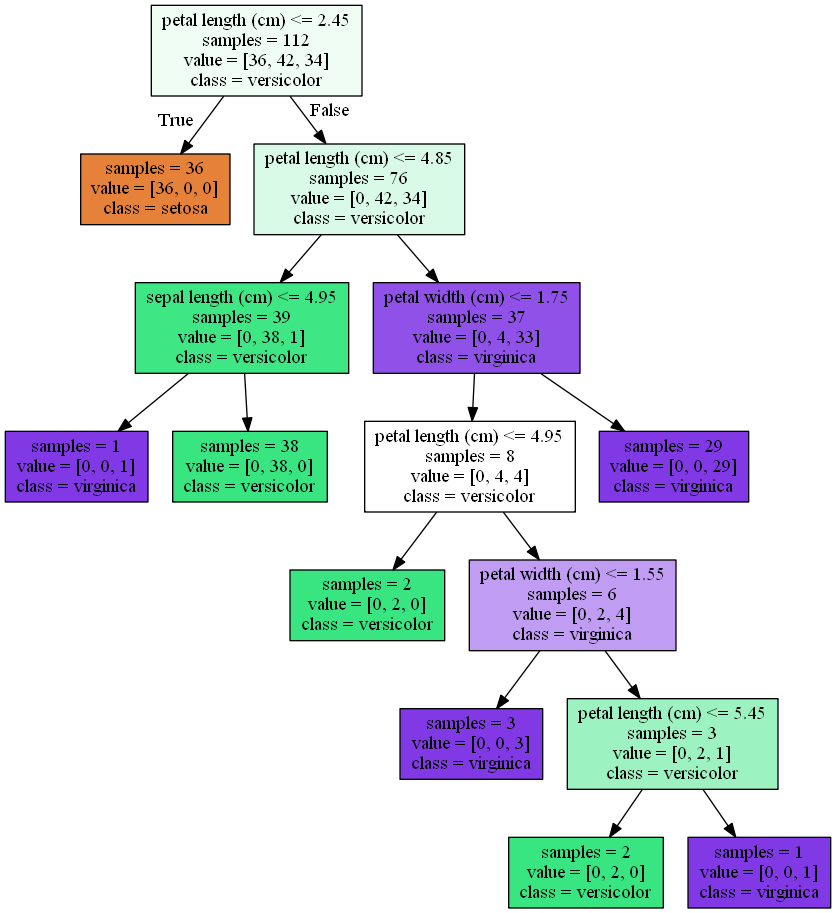
Earlier version of the Graphviz export arbol.png (cristiandazamafioli/clasificacion-arbol-de-decision). Its source is kept beside it as arbol.dot.
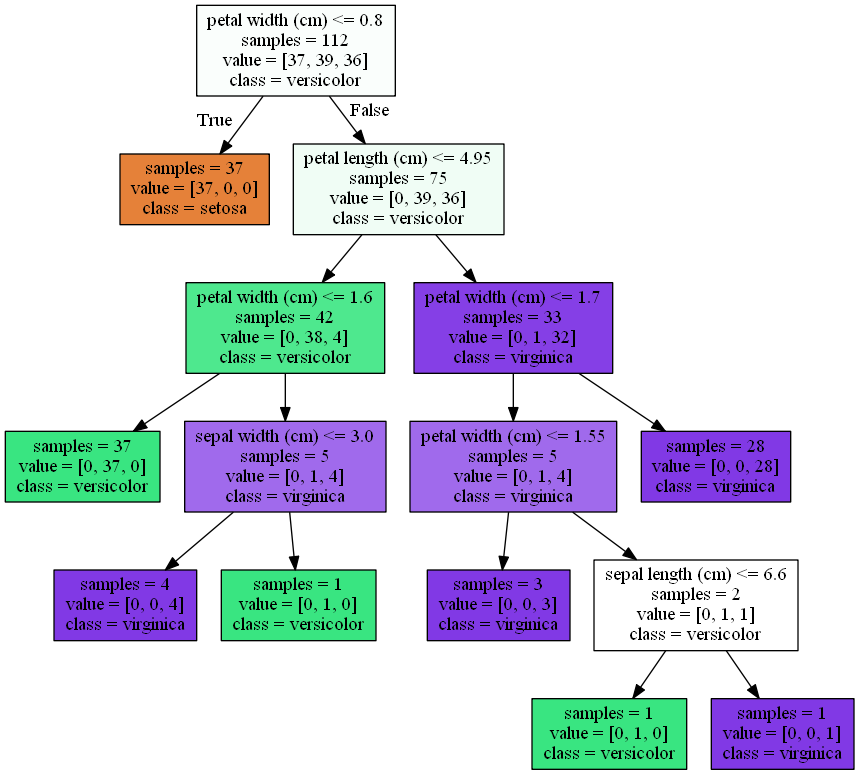
After the commit.

What changed in the source:
```diff
@@ -1,32 +1,32 @@
 digraph Tree {
 node [shape=box, style="filled", color="black"] ;
-0 [label="petal length (cm) <= 2.45\nsamples = 112\nvalue = [36, 42, 34]\nclass = versicolor", fillcolor="#39e58114"] ;
-1 [label="samples = 36\nvalue = [36, 0, 0]\nclass = setosa", fillcolor="#e58139ff"] ;
+0 [label="petal width (cm) <= 0.8\nsamples = 112\nvalue = [37, 39, 36]\nclass = versicolor", fillcolor="#fafefc"] ;
+1 [label="samples = 37\nvalue = [37, 0, 0]\nclass = setosa", fillcolor="#e58139"] ;
 0 -> 1 [labeldistance=2.5, labelangle=45, headlabel="True"] ;
-2 [label="petal length (cm) <= 4.85\nsamples = 76\nvalue = [0, 42, 34]\nclass = versicolor", fillcolor="#39e58131"] ;
+2 [label="petal length (cm) <= 4.95\nsamples = 75\nvalue = [0, 39, 36]\nclass = versicolor", fillcolor="#f0fdf5"] ;
 0 -> 2 [labeldistance=2.5, labelangle=-45, headlabel="False"] ;
-3 [label="sepal length (cm) <= 4.95\nsamples = 39\nvalue = [0, 38, 1]\nclass = versicolor", fillcolor="#39e581f8"] ;
+3 [label="petal width (cm) <= 1.6\nsamples = 42\nvalue = [0, 38, 4]\nclass = versicolor", fillcolor="#4ee88e"] ;
 2 -> 3 ;
-4 [label="samples = 1\nvalue = [0, 0, 1]\nclass = virginica", fillcolor="#8139e5ff"] ;
+4 [label="samples = 37\nvalue = [0, 37, 0]\nclass = versicolor", fillcolor="#39e581"] ;
 3 -> 4 ;
-5 [label="samples = 38\nvalue = [0, 38, 0]\nclass = versicolor", fillcolor="#39e581ff"] ;
+5 [label="sepal width (cm) <= 3.0\nsamples = 5\nvalue = [0, 1, 4]\nclass = virginica", fillcolor="#a06aec"] ;
 3 -> 5 ;
-6 [label="petal width (cm) <= 1.75\nsamples = 37\nvalue = [0, 4, 33]\nclass = virginica", fillcolor="#8139e5e0"] ;
-2 -> 6 ;
-7 [label="petal length (cm) <= 4.95\nsamples = 8\nvalue = [0, 4, 4]\nclass = versicolor", fillcolor="#39e58100"] ;
-6 -> 7 ;
-8 [label="samples = 2\nvalue = [0, 2, 0]\nclass = versicolor", fillcolor="#39e581ff"] ;
-7 -> 8 ;
-9 [label="petal width (cm) <= 1.55\nsamples = 6\nvalue = [0, 2, 4]\nclass = virginica", fillcolor="#8139e57f"] ;
-7 -> 9 ;
-10 [label="samples = 3\nvalue = [0, 0, 3]\nclass = virginica", fillcolor="#8139e5ff"] ;
+6 [label="samples = 4\nvalue = [0, 0, 4]\nclass = virginica", fillcolor="#8139e5"] ;
+5 -> 6 ;
+7 [label="samples = 1\nvalue = [0, 1, 0]\nclass = versicolor", fillcolor="#39e581"] ;
+5 -> 7 ;
+8 [label="petal width (cm) <= 1.7\nsamples = 33\nvalue = [0, 1, 32]\nclass = virginica", fillcolor="#853fe6"] ;
+2 -> 8 ;
+9 [label="petal width (cm) <= 1.55\nsamples = 5\nvalue = [0, 1, 4]\nclass = virginica", fillcolor="#a06aec"] ;
+8 -> 9 ;
+10 [label="samples = 3\nvalue = [0, 0, 3]\nclass = virginica", fillcolor="#8139e5"] ;
 9 -> 10 ;
-11 [label="petal length (cm) <= 5.45\nsamples = 3\nvalue = [0, 2, 1]\nclass = versicolor", fillcolor="#39e5817f"] ;
+11 [label="sepal length (cm) <= 6.6\nsamples = 2\nvalue = [0, 1, 1]\nclass = versicolor", fillcolor="#ffffff"] ;
 9 -> 11 ;
-12 [label="samples = 2\nvalue = [0, 2, 0]\nclass = versicolor", fillcolor="#39e581ff"] ;
+12 [label="samples = 1\nvalue = [0, 1, 0]\nclass = versicolor", fillcolor="#39e581"] ;
 11 -> 12 ;
-13 [label="samples = 1\nvalue = [0, 0, 1]\nclass = virginica", fillcolor="#8139e5ff"] ;
+13 [label="samples = 1\nvalue = [0, 0, 1]\nclass = virginica", fillcolor="#8139e5"] ;
 11 -> 13 ;
-14 [label="samples = 29\nvalue = [0, 0, 29]\nclass = virginica", fillcolor="#8139e5ff"] ;
-6 -> 14 ;
+14 [label="samples = 28\nvalue = [0, 0, 28]\nclass = virginica", fillcolor="#8139e5"] ;
+8 -> 14 ;
 }
```
